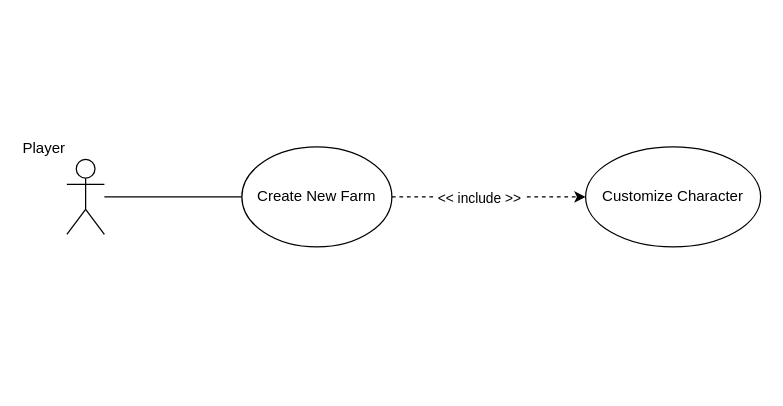
Before: page "draft" (4 of 4) of Document/Diagrams/sunny_field_use_cases.drawio in linhh563/sunny-fields, a draw.io diagram. Source tidied: cells renumbered, new cells numbered last; positions are measured from the earlier drawing's top-left corner, leaving out a move shared by most shapes. Both pictures are drawn from the tidied source at 125%, with x=0, y=0 at pixel (66, 146).
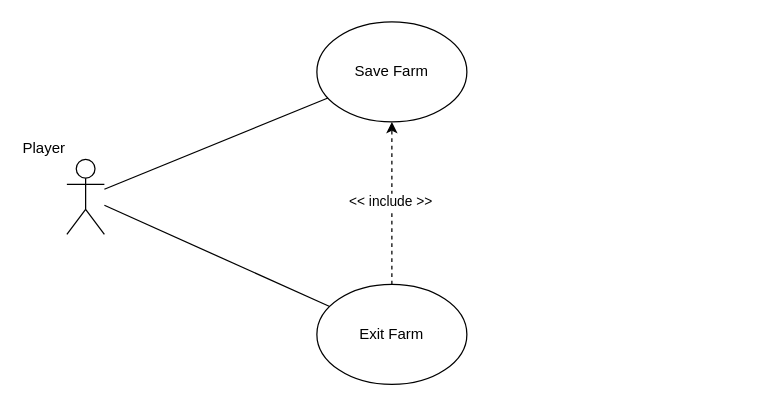
After the change.

The edit, as a diff of the source:
```diff
@@
 <mxGraphModel>
   <root>
     <mxCell id="0" />
     <mxCell id="1" parent="0" />
-    <mxCell id="2" style="rounded=0;jettySize=auto;html=1;endArrow=none;endFill=0;" parent="1" edge="1" source="3" target="7">
-      <mxGeometry relative="1" as="geometry" />
-    </mxCell>
+    <mxCell id="8" style="rounded=0;jettySize=auto;html=1;endArrow=none;endFill=0;" parent="1" edge="1" source="3" target="10">
+      <mxGeometry relative="1" as="geometry" />
+    </mxCell>
+    <mxCell id="9" style="rounded=0;jettySize=auto;html=1;endArrow=none;endFill=0;" parent="1" edge="1" source="3" target="12">
+      <mxGeometry relative="1" as="geometry" />
+    </mxCell>
     <mxCell id="3" value="Player" style="shape=umlActor;verticalLabelPosition=top;verticalAlign=bottom;html=1;outlineConnect=0;labelPosition=left;align=right;" parent="1" vertex="1">
       <mxGeometry y="10" width="30" height="60" as="geometry" />
     </mxCell>
-    <mxCell id="4" value="Customize Character" style="ellipse;whiteSpace=wrap;html=1;" parent="1" vertex="1">
-      <mxGeometry x="415" width="140" height="80" as="geometry" />
-    </mxCell>
-    <mxCell id="5" style="edgeStyle=orthogonalEdgeStyle;rounded=0;jettySize=auto;html=1;dashed=1;" parent="1" edge="1" source="7" target="4">
-      <mxGeometry relative="1" as="geometry" />
-    </mxCell>
+    <mxCell id="10" value="Save Farm" style="ellipse;whiteSpace=wrap;html=1;" parent="1" vertex="1">
+      <mxGeometry x="200" y="-100" width="120" height="80" as="geometry" />
+    </mxCell>
+    <mxCell id="11" style="edgeStyle=orthogonalEdgeStyle;rounded=0;jettySize=auto;html=1;dashed=1;" parent="1" edge="1" source="12" target="10">
+      <mxGeometry relative="1" as="geometry" />
+    </mxCell>
-    <mxCell id="6" value="&amp;nbsp;&amp;lt;&amp;lt; include &amp;gt;&amp;gt;&amp;nbsp;" style="edgeLabel;html=1;align=center;verticalAlign=middle;" parent="5" vertex="1">
-      <mxGeometry x="-0.11" y="-2" relative="1" as="geometry">
-        <mxPoint y="-2" as="offset" />
-      </mxGeometry>
+    <mxCell id="6" value="&amp;lt;&amp;lt; include &amp;gt;&amp;gt;" style="edgeLabel;html=1;align=center;verticalAlign=middle;" parent="11" vertex="1">
+      <mxGeometry x="0.03" y="2" relative="1" as="geometry" />
     </mxCell>
-    <mxCell id="7" value="Create New Farm" style="ellipse;whiteSpace=wrap;html=1;" parent="1" vertex="1">
-      <mxGeometry x="140" width="120" height="80" as="geometry" />
-    </mxCell>
+    <mxCell id="12" value="Exit Farm" style="ellipse;whiteSpace=wrap;html=1;" parent="1" vertex="1">
+      <mxGeometry x="200" y="110" width="120" height="80" as="geometry" />
+    </mxCell>
   </root>
 </mxGraphModel>
```
